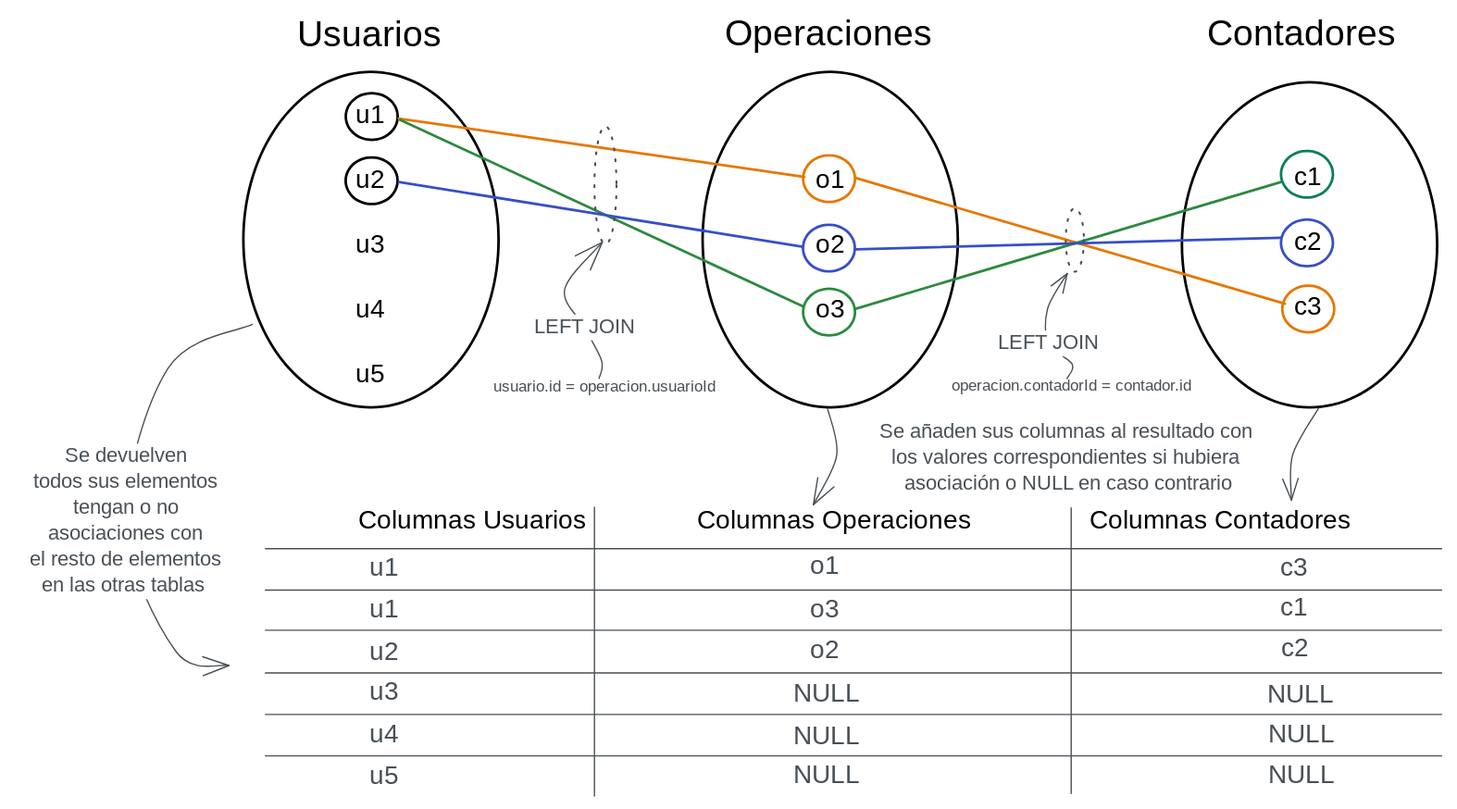
This is src/tema8/persistencia/files/img/join.excalidraw.svg from atilanof/web-ejercicios-pat, a Excalidraw export, as it was before one commit. Source tidied: one line per element, renumbered; positions are measured from the earlier drawing's top-left corner, leaving out a move shared by most shapes.
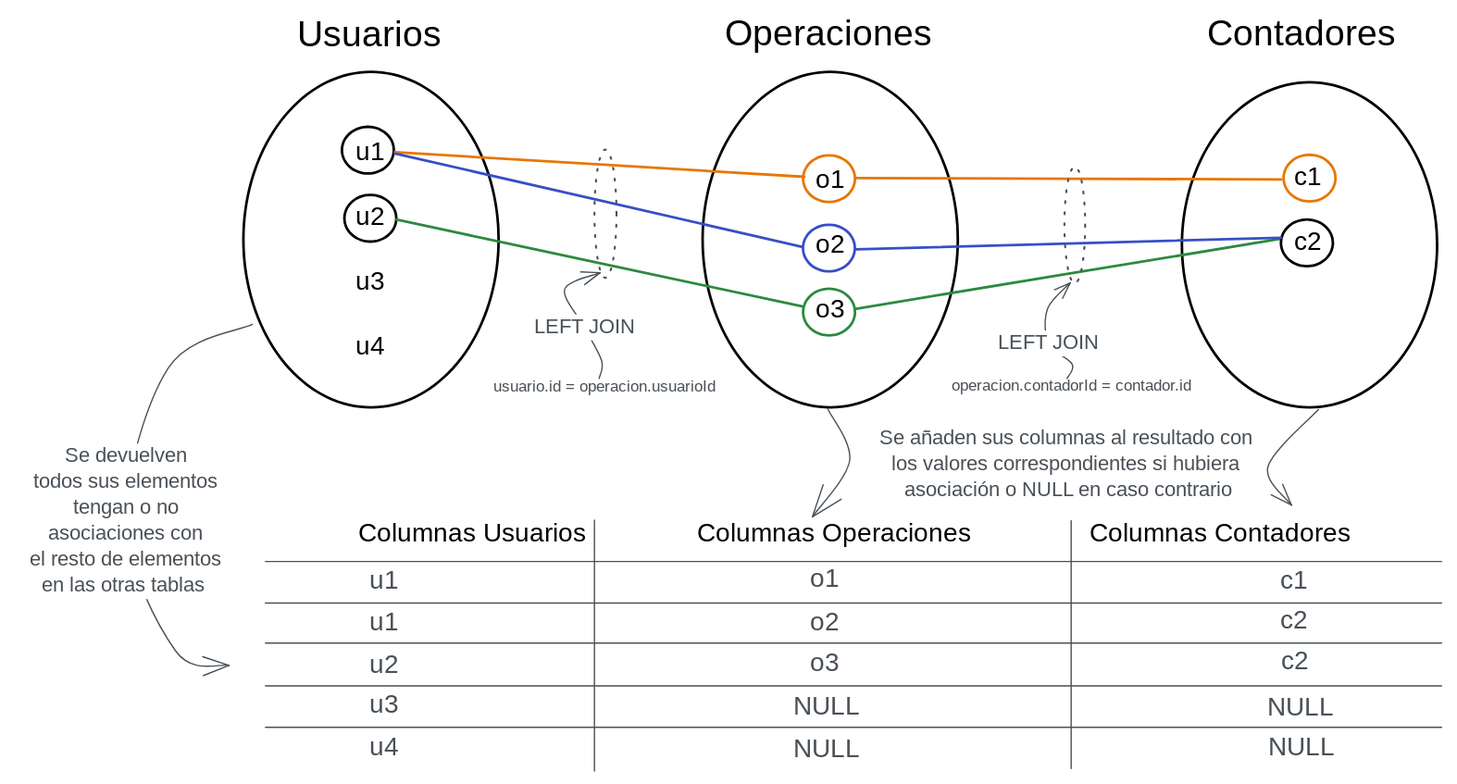
After the commit.

Commit message:
Feat/sql diagrams (#25)

Change to the diagram source:
```diff
@@ -2,3 +2,3 @@
 {"id": 1, "type": "text", "text": "Usuarios", "strokeColor": "#000000", "strokeWidth": 2, "roughness": 0, "fontSize": 28, "fontFamily": 1, "textAlign": "center", "x": 214, "y": 0, "width": 119, "height": 35}
-{"id": 2, "type": "text", "text": "u1\n\nu2\n\nu3\n\nu4\n\nu5", "strokeColor": "#000000", "strokeWidth": 2, "roughness": 0, "fontSize": 20, "fontFamily": 1, "textAlign": "center", "x": 262, "y": 67, "width": 26, "height": 225}
+{"id": 2, "type": "text", "text": "u1\n\nu2\n\nu3\n\nu4\n", "strokeColor": "#000000", "strokeWidth": 2, "roughness": 0, "fontSize": 20, "fontFamily": 1, "textAlign": "center", "x": 262, "y": 96, "width": 26, "height": 200}
 {"id": 3, "type": "ellipse", "strokeColor": "#000000", "strokeWidth": 2, "roughness": 0, "round": true, "x": 531, "y": 46, "width": 197, "height": 259}
@@ -8,56 +8,51 @@
 {"id": 7, "type": "text", "text": "Contadores", "strokeColor": "#000000", "strokeWidth": 2, "roughness": 0, "fontSize": 28, "fontFamily": 1, "textAlign": "center", "x": 916, "y": 0, "width": 155, "height": 35}
-{"id": 8, "type": "text", "text": "c1\n\nc2\n\nc3", "strokeColor": "#000000", "strokeWidth": 2, "roughness": 0, "fontSize": 20, "fontFamily": 1, "textAlign": "center", "x": 987, "y": 115, "width": 24, "height": 125}
+{"id": 8, "type": "text", "text": "c1\n\nc2\n", "strokeColor": "#000000", "strokeWidth": 2, "roughness": 0, "fontSize": 20, "fontFamily": 1, "textAlign": "center", "x": 987, "y": 115, "width": 24, "height": 100}
 {"id": 9, "type": "ellipse", "strokeColor": "#e67700", "strokeWidth": 2, "roughness": 0, "round": true, "x": 609, "y": 110, "width": 40, "height": 36}
 {"id": 10, "type": "ellipse", "strokeColor": "#2b8a3e", "strokeWidth": 2, "roughness": 0, "round": true, "x": 609, "y": 213, "width": 40, "height": 36}
-{"id": 11, "type": "ellipse", "strokeColor": "#000000", "strokeWidth": 2, "roughness": 0, "round": true, "x": 256, "y": 62, "width": 40, "height": 36}
+{"id": 11, "type": "ellipse", "strokeColor": "#000000", "strokeWidth": 2, "roughness": 0, "round": true, "x": 253, "y": 88, "width": 40, "height": 36}
-{"id": 12, "type": "ellipse", "strokeColor": "#087f5b", "strokeWidth": 2, "roughness": 0, "round": true, "x": 978, "y": 106, "width": 40, "height": 36}
+{"id": 12, "type": "ellipse", "strokeColor": "#e67700", "strokeWidth": 2, "roughness": 0, "round": true, "x": 980, "y": 109, "width": 40, "height": 36}
-{"id": 13, "type": "ellipse", "strokeColor": "#e67700", "strokeWidth": 2, "roughness": 0, "round": true, "x": 979, "y": 210, "width": 40, "height": 36}
-{"id": 14, "type": "line", "strokeColor": "#e67700", "strokeWidth": 2, "roughness": 0, "round": true, "x": 297, "y": 82, "width": 313, "height": 45, "points": [[0, 0], [313, 45]]}
+{"id": 14, "type": "line", "strokeColor": "#e67700", "strokeWidth": 2, "roughness": 0, "round": true, "x": 294, "y": 108, "width": 316, "height": 19, "points": [[0, 0], [316, 19]]}
-{"id": 15, "type": "line", "strokeColor": "#e67700", "strokeWidth": 2, "roughness": 0, "round": true, "x": 650, "y": 128, "width": 331, "height": 97, "points": [[0, 0], [331, 97]]}
+{"id": 15, "type": "line", "strokeColor": "#e67700", "strokeWidth": 2, "roughness": 0, "round": true, "x": 650, "y": 128, "width": 328, "height": 1, "points": [[0, 0], [328, 1]]}
-{"id": 16, "type": "line", "strokeColor": "#2b8a3e", "strokeWidth": 2, "roughness": 0, "round": true, "x": 298, "y": 82, "width": 311, "height": 144, "points": [[0, 0], [311, 144]]}
+{"id": 16, "type": "line", "strokeColor": "#364fc7", "strokeWidth": 2, "roughness": 0, "round": true, "x": 294, "y": 108, "width": 314, "height": 72, "points": [[0, 0], [314, 72]]}
-{"id": 17, "type": "line", "strokeColor": "#2b8a3e", "strokeWidth": 2, "roughness": 0, "round": true, "x": 649, "y": 228, "width": 329, "height": 98, "points": [[0, 0], [329, -98]]}
+{"id": 17, "type": "line", "strokeColor": "#2b8a3e", "strokeWidth": 2, "roughness": 0, "round": true, "x": 649, "y": 228, "width": 328, "height": 54, "points": [[0, 0], [328, -54]]}
-{"id": 18, "type": "ellipse", "strokeColor": "#000000", "strokeWidth": 2, "roughness": 0, "round": true, "x": 256, "y": 112, "width": 40, "height": 36}
+{"id": 18, "type": "ellipse", "strokeColor": "#000000", "strokeWidth": 2, "roughness": 0, "round": true, "x": 255, "y": 140, "width": 40, "height": 36}
 {"id": 19, "type": "ellipse", "strokeColor": "#364fc7", "strokeWidth": 2, "roughness": 0, "round": true, "x": 609, "y": 164, "width": 40, "height": 36}
-{"id": 20, "type": "ellipse", "strokeColor": "#364fc7", "strokeWidth": 2, "roughness": 0, "round": true, "x": 978, "y": 160, "width": 40, "height": 36}
+{"id": 20, "type": "ellipse", "strokeColor": "#000000", "strokeWidth": 2, "roughness": 0, "round": true, "x": 978, "y": 160, "width": 40, "height": 36}
-{"id": 21, "type": "line", "strokeColor": "#364fc7", "strokeWidth": 2, "roughness": 0, "round": true, "x": 297, "y": 130, "width": 312, "height": 50, "points": [[0, 0], [312, 50]]}
+{"id": 21, "type": "line", "strokeColor": "#2b8a3e", "strokeWidth": 2, "roughness": 0, "round": true, "x": 295, "y": 160, "width": 313, "height": 67, "points": [[0, 0], [313, 67]]}
 {"id": 22, "type": "line", "strokeColor": "#364fc7", "strokeWidth": 2, "roughness": 0, "round": true, "x": 650, "y": 182, "width": 328, "height": 9, "points": [[0, 0], [328, -9]]}
-{"id": 23, "type": "arrow", "strokeColor": "#495057", "strokeWidth": 1, "roughness": 0, "endArrowhead": "arrow", "round": true, "to": 26, "x": 451, "y": 282, "width": 29, "height": 105, "points": [[0, 0], [2, -14], [-11, -39], [-27, -69], [2, -105]]}
+{"id": 23, "type": "arrow", "strokeColor": "#495057", "strokeWidth": 1, "roughness": 0, "endArrowhead": "arrow", "round": true, "to": 26, "x": 451, "y": 282, "width": 29, "height": 82, "points": [[0, 0], [2, -14], [-11, -39], [-27, -69], [1, -82]]}
 {"id": 24, "type": "text", "text": "LEFT JOIN", "strokeColor": "#495057", "strokeWidth": 1, "roughness": 0, "fontSize": 16, "fontFamily": 1, "textAlign": "center", "verticalAlign": "middle", "inside": 23, "x": 394, "y": 233, "width": 91, "height": 20}
 {"id": 25, "type": "text", "text": "usuario.id = operacion.usuarioId", "strokeColor": "#495057", "strokeWidth": 1, "roughness": 0, "fontSize": 12.33, "fontFamily": 3, "textAlign": "center", "x": 340, "y": 281, "width": 231, "height": 15}
-{"id": 26, "type": "ellipse", "strokeColor": "#495057", "strokeWidth": 1, "strokeStyle": "dotted", "roughness": 0, "round": true, "x": 448, "y": 88, "width": 17, "height": 91}
+{"id": 26, "type": "ellipse", "strokeColor": "#495057", "strokeWidth": 1, "strokeStyle": "dotted", "roughness": 0, "round": true, "x": 448, "y": 106, "width": 17, "height": 99}
-{"id": 27, "type": "arrow", "strokeColor": "#495057", "strokeWidth": 1, "roughness": 0, "endArrowhead": "arrow", "round": true, "to": 30, "x": 813, "y": 294, "width": 19, "height": 81, "points": [[0, -12], [4, -23], [-14, -39], [-15, -66], [0, -93]]}
+{"id": 27, "type": "arrow", "strokeColor": "#495057", "strokeWidth": 1, "roughness": 0, "endArrowhead": "arrow", "round": true, "to": 30, "x": 813, "y": 282, "width": 19, "height": 74, "points": [[0, 0], [4, -11], [-14, -27], [-15, -54], [3, -74]]}
-{"id": 28, "type": "text", "text": "LEFT JOIN", "strokeColor": "#495057", "strokeWidth": 1, "roughness": 0, "fontSize": 16, "fontFamily": 1, "textAlign": "center", "verticalAlign": "middle", "inside": 27, "x": 753, "y": 253, "width": 91, "height": 20}
+{"id": 28, "type": "text", "text": "LEFT JOIN", "strokeColor": "#495057", "strokeWidth": 1, "roughness": 0, "fontSize": 16, "fontFamily": 1, "textAlign": "center", "verticalAlign": "middle", "inside": 27, "x": 753, "y": 245, "width": 91, "height": 20}
-{"id": 29, "type": "text", "text": "operacion.contadorId = contador.id", "strokeColor": "#495057", "strokeWidth": 1, "roughness": 0, "fontSize": 11.99, "fontFamily": 3, "textAlign": "center", "x": 696, "y": 281, "width": 239, "height": 14}
+{"id": 29, "type": "text", "text": "operacion.contadorId = contador.id", "strokeColor": "#495057", "strokeWidth": 1, "roughness": 0, "fontSize": 11.99, "fontFamily": 3, "textAlign": "center", "x": 696, "y": 281, "width": 240, "height": 14}
-{"id": 30, "type": "ellipse", "strokeColor": "#495057", "strokeWidth": 1, "strokeStyle": "dotted", "roughness": 0, "round": true, "x": 812, "y": 151, "width": 14, "height": 49}
+{"id": 30, "type": "ellipse", "strokeColor": "#495057", "strokeWidth": 1, "strokeStyle": "dotted", "roughness": 0, "round": true, "x": 811, "y": 119, "width": 16, "height": 90}
 {"id": 31, "type": "arrow", "strokeColor": "#495057", "angle": 0.55, "strokeWidth": 1, "roughness": 0, "endArrowhead": "arrow", "round": true, "from": 0, "x": 113, "y": 244, "width": 160, "height": 246, "points": [[0, 0], [-38, 63], [-4, 181], [81, 246], [122, 234]]}
 {"id": 32, "type": "text", "text": "Se devuelven\ntodos sus elementos\ntengan o no\nasociaciones con\nel resto de elementos\nen las otras tablas ", "strokeColor": "#495057", "strokeWidth": 1, "roughness": 0, "fontSize": 16, "fontFamily": 1, "textAlign": "center", "verticalAlign": "middle", "inside": 31, "x": 0, "y": 333, "width": 172, "height": 120}
-{"id": 33, "type": "text", "text": "Columnas Usuarios               Columnas Operaciones                Columnas Contadores", "strokeColor": "#000000", "strokeWidth": 2, "roughness": 0, "fontSize": 20, "fontFamily": 1, "textAlign": "center", "x": 194, "y": 380, "width": 909, "height": 25}
+{"id": 33, "type": "text", "text": "Columnas Usuarios               Columnas Operaciones                Columnas Contadores", "strokeColor": "#000000", "strokeWidth": 2, "roughness": 0, "fontSize": 20, "fontFamily": 1, "textAlign": "center", "x": 194, "y": 390, "width": 909, "height": 25}
-{"id": 34, "type": "line", "strokeColor": "#495057", "strokeWidth": 1, "roughness": 0, "round": true, "x": 194, "y": 414, "width": 908, "height": 0, "points": [[0, 0], [908, 0]]}
+{"id": 34, "type": "line", "strokeColor": "#495057", "strokeWidth": 1, "roughness": 0, "round": true, "x": 194, "y": 424, "width": 908, "height": 0, "points": [[0, 0], [908, 0]]}
-{"id": 35, "type": "line", "strokeColor": "#495057", "strokeWidth": 1, "roughness": 0, "round": true, "x": 194, "y": 476, "width": 908, "height": 0, "points": [[0, 0], [908, 0]]}
+{"id": 35, "type": "line", "strokeColor": "#495057", "strokeWidth": 1, "roughness": 0, "round": true, "x": 194, "y": 486, "width": 908, "height": 0, "points": [[0, 0], [908, 0]]}
-{"id": 36, "type": "line", "strokeColor": "#495057", "strokeWidth": 1, "roughness": 0, "round": true, "x": 194, "y": 446, "width": 908, "height": 0, "points": [[0, 0], [908, 0]]}
+{"id": 36, "type": "line", "strokeColor": "#495057", "strokeWidth": 1, "roughness": 0, "round": true, "x": 194, "y": 456, "width": 908, "height": 0, "points": [[0, 0], [908, 0]]}
-{"id": 37, "type": "line", "strokeColor": "#495057", "strokeWidth": 1, "roughness": 0, "round": true, "x": 448, "y": 382, "width": 0, "height": 223, "points": [[0, 0], [0, 223]]}
+{"id": 37, "type": "line", "strokeColor": "#495057", "strokeWidth": 1, "roughness": 0, "round": true, "x": 448, "y": 392, "width": 0, "height": 194, "points": [[0, 0], [0, 194]]}
-{"id": 38, "type": "line", "strokeColor": "#495057", "strokeWidth": 1, "roughness": 0, "round": true, "x": 816, "y": 382, "width": 0, "height": 220, "points": [[0, 0], [0, 220]]}
+{"id": 38, "type": "line", "strokeColor": "#495057", "strokeWidth": 1, "roughness": 0, "round": true, "x": 816, "y": 392, "width": 0, "height": 191, "points": [[0, 0], [0, 191]]}
-{"id": 39, "type": "line", "strokeColor": "#495057", "strokeWidth": 1, "roughness": 0, "round": true, "x": 194, "y": 510, "width": 908, "height": 0, "points": [[0, 0], [908, 0]]}
+{"id": 39, "type": "line", "strokeColor": "#495057", "strokeWidth": 1, "roughness": 0, "round": true, "x": 194, "y": 520, "width": 908, "height": 0, "points": [[0, 0], [908, 0]]}
-{"id": 40, "type": "line", "strokeColor": "#495057", "strokeWidth": 1, "roughness": 0, "round": true, "x": 194, "y": 542, "width": 908, "height": 0, "points": [[0, 0], [908, 0]]}
+{"id": 40, "type": "line", "strokeColor": "#495057", "strokeWidth": 1, "roughness": 0, "round": true, "x": 194, "y": 552, "width": 908, "height": 0, "points": [[0, 0], [908, 0]]}
-{"id": 41, "type": "text", "text": "u1", "strokeColor": "#495057", "strokeWidth": 1, "roughness": 0, "fontSize": 20, "fontFamily": 3, "textAlign": "center", "x": 274, "y": 416, "width": 23, "height": 24}
+{"id": 41, "type": "text", "text": "u1", "strokeColor": "#495057", "strokeWidth": 1, "roughness": 0, "fontSize": 20, "fontFamily": 3, "textAlign": "center", "x": 274, "y": 426, "width": 23, "height": 24}
-{"id": 42, "type": "text", "text": "u1", "strokeColor": "#495057", "strokeWidth": 1, "roughness": 0, "fontSize": 20, "fontFamily": 3, "textAlign": "center", "x": 274, "y": 448, "width": 23, "height": 24}
+{"id": 42, "type": "text", "text": "u1", "strokeColor": "#495057", "strokeWidth": 1, "roughness": 0, "fontSize": 20, "fontFamily": 3, "textAlign": "center", "x": 274, "y": 458, "width": 23, "height": 24}
-{"id": 43, "type": "text", "text": "u2", "strokeColor": "#495057", "strokeWidth": 1, "roughness": 0, "fontSize": 20, "fontFamily": 3, "textAlign": "center", "x": 274, "y": 482, "width": 23, "height": 24}
+{"id": 43, "type": "text", "text": "u2", "strokeColor": "#495057", "strokeWidth": 1, "roughness": 0, "fontSize": 20, "fontFamily": 3, "textAlign": "center", "x": 274, "y": 492, "width": 23, "height": 24}
-{"id": 44, "type": "text", "text": "u3", "strokeColor": "#495057", "strokeWidth": 1, "roughness": 0, "fontSize": 20, "fontFamily": 3, "textAlign": "center", "x": 274, "y": 512, "width": 23, "height": 24}
+{"id": 44, "type": "text", "text": "u3", "strokeColor": "#495057", "strokeWidth": 1, "roughness": 0, "fontSize": 20, "fontFamily": 3, "textAlign": "center", "x": 274, "y": 522, "width": 23, "height": 24}
-{"id": 45, "type": "text", "text": "u4", "strokeColor": "#495057", "strokeWidth": 1, "roughness": 0, "fontSize": 20, "fontFamily": 3, "textAlign": "center", "x": 274, "y": 546, "width": 23, "height": 24}
+{"id": 45, "type": "text", "text": "u4", "strokeColor": "#495057", "strokeWidth": 1, "roughness": 0, "fontSize": 20, "fontFamily": 3, "textAlign": "center", "x": 274, "y": 556, "width": 23, "height": 24}
-{"id": 46, "type": "text", "text": "o1", "strokeColor": "#495057", "strokeWidth": 1, "roughness": 0, "fontSize": 20, "fontFamily": 3, "textAlign": "center", "x": 614, "y": 416, "width": 23, "height": 24}
+{"id": 46, "type": "text", "text": "o1", "strokeColor": "#495057", "strokeWidth": 1, "roughness": 0, "fontSize": 20, "fontFamily": 3, "textAlign": "center", "x": 614, "y": 426, "width": 23, "height": 24}
-{"id": 47, "type": "text", "text": "o3", "strokeColor": "#495057", "strokeWidth": 1, "roughness": 0, "fontSize": 20, "fontFamily": 3, "textAlign": "center", "x": 614, "y": 448, "width": 23, "height": 24}
+{"id": 47, "type": "text", "text": "o2", "strokeColor": "#495057", "strokeWidth": 1, "roughness": 0, "fontSize": 20, "fontFamily": 3, "textAlign": "center", "x": 614, "y": 458, "width": 23, "height": 24}
-{"id": 48, "type": "text", "text": "o2", "strokeColor": "#495057", "strokeWidth": 1, "roughness": 0, "fontSize": 20, "fontFamily": 3, "textAlign": "center", "x": 614, "y": 480, "width": 23, "height": 24}
+{"id": 48, "type": "text", "text": "o3", "strokeColor": "#495057", "strokeWidth": 1, "roughness": 0, "fontSize": 20, "fontFamily": 3, "textAlign": "center", "x": 614, "y": 490, "width": 23, "height": 24}
-{"id": 49, "type": "text", "text": "c3", "strokeColor": "#495057", "strokeWidth": 1, "roughness": 0, "fontSize": 20, "fontFamily": 3, "textAlign": "center", "x": 976, "y": 416, "width": 23, "height": 24}
+{"id": 49, "type": "text", "text": "c1", "strokeColor": "#495057", "strokeWidth": 1, "roughness": 0, "fontSize": 20, "fontFamily": 3, "textAlign": "center", "x": 976, "y": 426, "width": 23, "height": 24}
-{"id": 50, "type": "text", "text": "c1", "strokeColor": "#495057", "strokeWidth": 1, "roughness": 0, "fontSize": 20, "fontFamily": 3, "textAlign": "center", "x": 976, "y": 448, "width": 23, "height": 24}
+{"id": 50, "type": "text", "text": "c2", "strokeColor": "#495057", "strokeWidth": 1, "roughness": 0, "fontSize": 20, "fontFamily": 3, "textAlign": "center", "x": 976, "y": 458, "width": 23, "height": 24}
-{"id": 51, "type": "text", "text": "c2", "strokeColor": "#495057", "strokeWidth": 1, "roughness": 0, "fontSize": 20, "fontFamily": 3, "textAlign": "center", "x": 977, "y": 478, "width": 23, "height": 24}
+{"id": 51, "type": "text", "text": "c2", "strokeColor": "#495057", "strokeWidth": 1, "roughness": 0, "fontSize": 20, "fontFamily": 3, "textAlign": "center", "x": 977, "y": 488, "width": 23, "height": 24}
-{"id": 52, "type": "line", "strokeColor": "#495057", "strokeWidth": 1, "roughness": 0, "round": true, "x": 194, "y": 574, "width": 908, "height": 0, "points": [[0, 0], [908, 0]]}
-{"id": 53, "type": "text", "text": "u5", "strokeColor": "#495057", "strokeWidth": 1, "roughness": 0, "fontSize": 20, "fontFamily": 3, "textAlign": "center", "x": 274, "y": 578, "width": 23, "height": 24}
-{"id": 54, "type": "text", "text": "NULL", "strokeColor": "#495057", "strokeWidth": 1, "roughness": 0, "fontSize": 20, "fontFamily": 3, "textAlign": "center", "x": 603, "y": 514, "width": 47, "height": 24}
+{"id": 54, "type": "text", "text": "NULL", "strokeColor": "#495057", "strokeWidth": 1, "roughness": 0, "fontSize": 20, "fontFamily": 3, "textAlign": "center", "x": 603, "y": 524, "width": 47, "height": 24}
-{"id": 55, "type": "text", "text": "NULL", "strokeColor": "#495057", "strokeWidth": 1, "roughness": 0, "fontSize": 20, "fontFamily": 3, "textAlign": "center", "x": 603, "y": 546, "width": 47, "height": 24}
+{"id": 55, "type": "text", "text": "NULL", "strokeColor": "#495057", "strokeWidth": 1, "roughness": 0, "fontSize": 20, "fontFamily": 3, "textAlign": "center", "x": 603, "y": 556, "width": 47, "height": 24}
-{"id": 56, "type": "text", "text": "NULL", "strokeColor": "#495057", "strokeWidth": 1, "roughness": 0, "fontSize": 20, "fontFamily": 3, "textAlign": "center", "x": 603, "y": 576, "width": 47, "height": 24}
-{"id": 57, "type": "text", "text": "NULL", "strokeColor": "#495057", "strokeWidth": 1, "roughness": 0, "fontSize": 20, "fontFamily": 3, "textAlign": "center", "x": 969, "y": 514, "width": 47, "height": 24}
+{"id": 57, "type": "text", "text": "NULL", "strokeColor": "#495057", "strokeWidth": 1, "roughness": 0, "fontSize": 20, "fontFamily": 3, "textAlign": "center", "x": 969, "y": 524, "width": 47, "height": 24}
-{"id": 58, "type": "text", "text": "NULL", "strokeColor": "#495057", "strokeWidth": 1, "roughness": 0, "fontSize": 20, "fontFamily": 3, "textAlign": "center", "x": 970, "y": 546, "width": 47, "height": 24}
+{"id": 58, "type": "text", "text": "NULL", "strokeColor": "#495057", "strokeWidth": 1, "roughness": 0, "fontSize": 20, "fontFamily": 3, "textAlign": "center", "x": 970, "y": 556, "width": 47, "height": 24}
-{"id": 59, "type": "text", "text": "NULL", "strokeColor": "#495057", "strokeWidth": 1, "roughness": 0, "fontSize": 20, "fontFamily": 3, "textAlign": "center", "x": 970, "y": 576, "width": 47, "height": 24}
-{"id": 60, "type": "arrow", "strokeColor": "#495057", "strokeWidth": 1, "roughness": 0, "endArrowhead": "arrow", "round": true, "from": 3, "to": 33, "x": 628, "y": 306, "width": 18, "height": 74, "points": [[0, 0], [7, 36], [-11, 74]]}
+{"id": 60, "type": "arrow", "strokeColor": "#495057", "strokeWidth": 1, "roughness": 0, "endArrowhead": "arrow", "round": true, "from": 3, "to": 33, "x": 628, "y": 306, "width": 29, "height": 84, "points": [[0, 0], [17, 40], [-12, 84]]}
-{"id": 61, "type": "arrow", "strokeColor": "#495057", "strokeWidth": 1, "roughness": 0, "endArrowhead": "arrow", "round": true, "from": 6, "to": 62, "x": 1007, "y": 305, "width": 21, "height": 71, "points": [[0, 0], [-20, 36], [-21, 71]]}
+{"id": 61, "type": "arrow", "strokeColor": "#495057", "strokeWidth": 1, "roughness": 0, "endArrowhead": "arrow", "round": true, "from": 6, "to": 62, "x": 1007, "y": 306, "width": 39, "height": 74, "points": [[0, 0], [-39, 44], [-21, 74]]}
-{"id": 62, "type": "text", "text": "Se añaden sus columnas al resultado con \nlos valores correspondientes si hubiera \nasociación o NULL en caso contrario", "strokeColor": "#495057", "strokeWidth": 1, "roughness": 0, "fontSize": 16, "fontFamily": 1, "textAlign": "center", "x": 644, "y": 314, "width": 339, "height": 60}
+{"id": 62, "type": "text", "text": "Se añaden sus columnas al resultado con \nlos valores correspondientes si hubiera \nasociación o NULL en caso contrario", "strokeColor": "#495057", "strokeWidth": 1, "roughness": 0, "fontSize": 16, "fontFamily": 1, "textAlign": "center", "x": 644, "y": 318, "width": 339, "height": 60}
```
